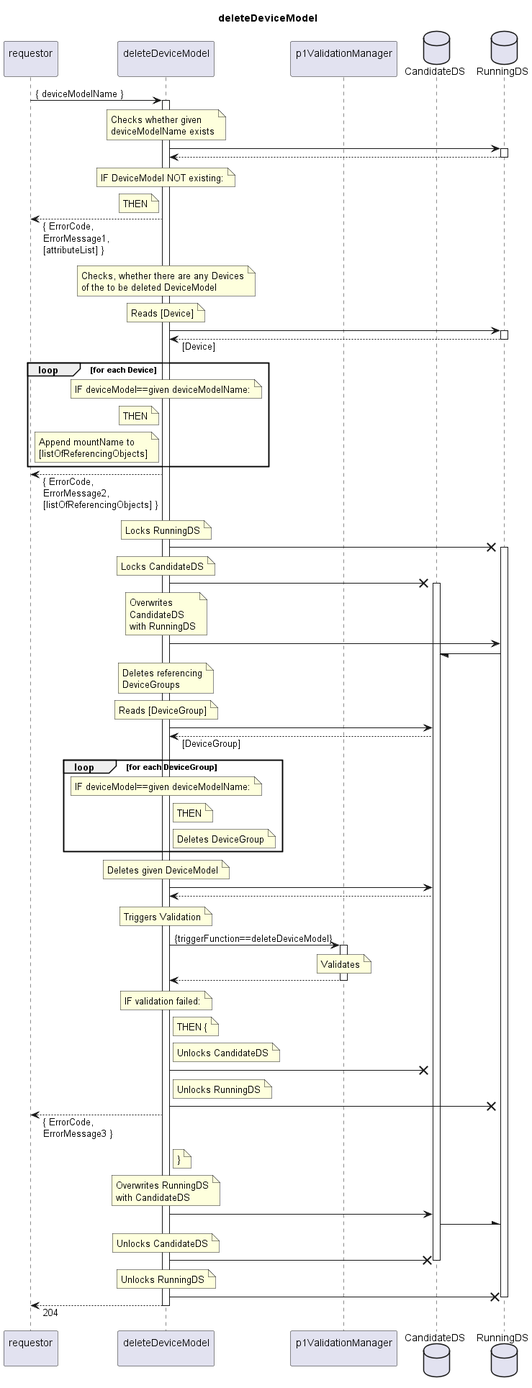
This is spec/Services/deleteDeviceModel/1.0.0/deleteDeviceModel.png from openBackhaul/FirmWareManager, a PlantUML export, as it was before one commit.
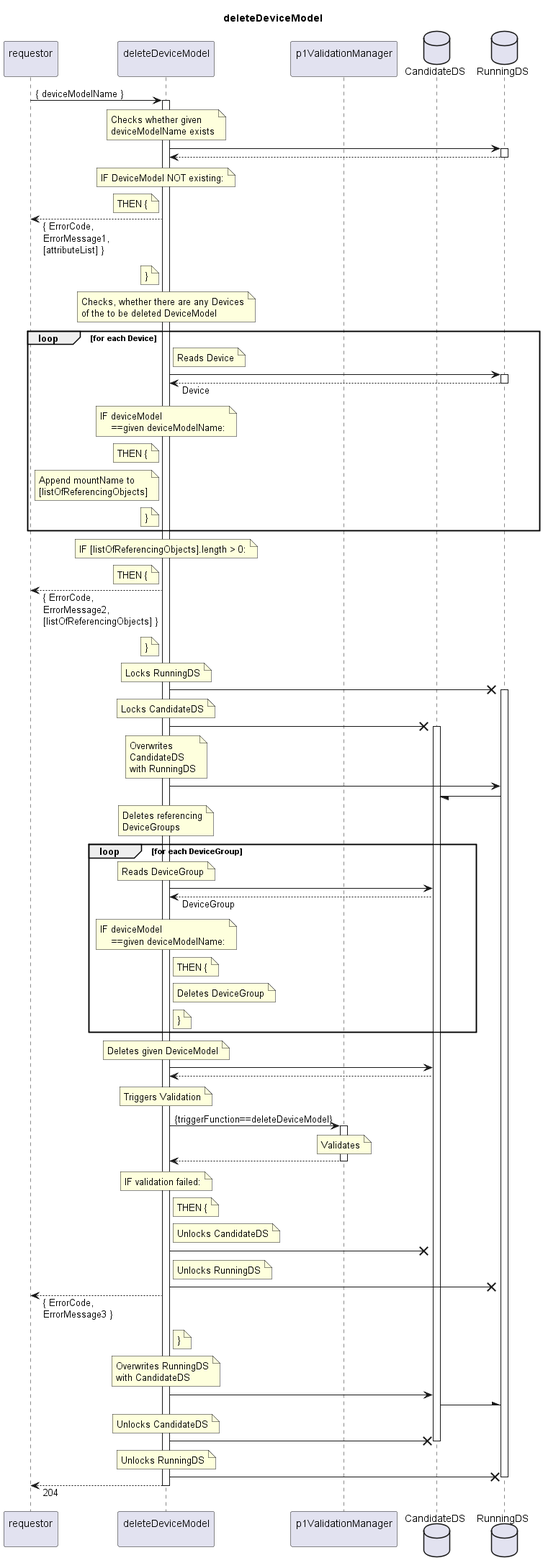
After the commit.

Change to the diagram source:
```diff
@@ -26,34 +26,50 @@
     IF DeviceModel NOT existing:
   end note
   note left indServ
-    THEN
+    THEN {
   end note
   requestor <-- indServ: { ErrorCode,\nErrorMessage1,\n[attributeList] }
+  note left indServ
+    }
+  end note
 
   note over indServ
     Checks, whether there are any Devices
     of the to be deleted DeviceModel
   end note
-  note over indServ
-    Reads [Device]
-  end note
-  indServ -> RunDS
-  activate RunDS
-  indServ <-- RunDS: [Device]
-  deactivate RunDS
   loop for each Device
+    note right indServ
+      Reads Device
+    end note
+    indServ -> RunDS
+    activate RunDS
+    indServ <-- RunDS: Device
+    deactivate RunDS
     note over indServ
-      IF deviceModel==given deviceModelName:
+      IF deviceModel
+          ==given deviceModelName:
     end note
     note left indServ
-      THEN
+      THEN {
     end note
     note left indServ
       Append mountName to
       [listOfReferencingObjects]
     end note
+    note left indServ
+      }
+    end note
   end loop
+  note over indServ
+    IF [listOfReferencingObjects].length > 0:
+  end note
+  note left indServ
+    THEN {
+  end note
   requestor <-- indServ: { ErrorCode,\nErrorMessage2,\n[listOfReferencingObjects] }
+  note left indServ
+    }
+  end note
 
   note over indServ
     Locks RunningDS
@@ -77,20 +93,24 @@
     Deletes referencing
     DeviceGroups
   end note
-  note over indServ
-    Reads [DeviceGroup]
-  end note
-  indServ -> CanDS
-  indServ <-- CanDS: [DeviceGroup]
   loop for each DeviceGroup
     note over indServ
-      IF deviceModel==given deviceModelName:
+      Reads DeviceGroup
+    end note
+    indServ -> CanDS
+    indServ <-- CanDS: DeviceGroup
+    note over indServ
+      IF deviceModel
+          ==given deviceModelName:
     end note
     note right indServ
-      THEN
+      THEN {
     end note
     note right indServ
       Deletes DeviceGroup
+    end note
+    note right indServ
+      }
     end note
   end loop
 
```
